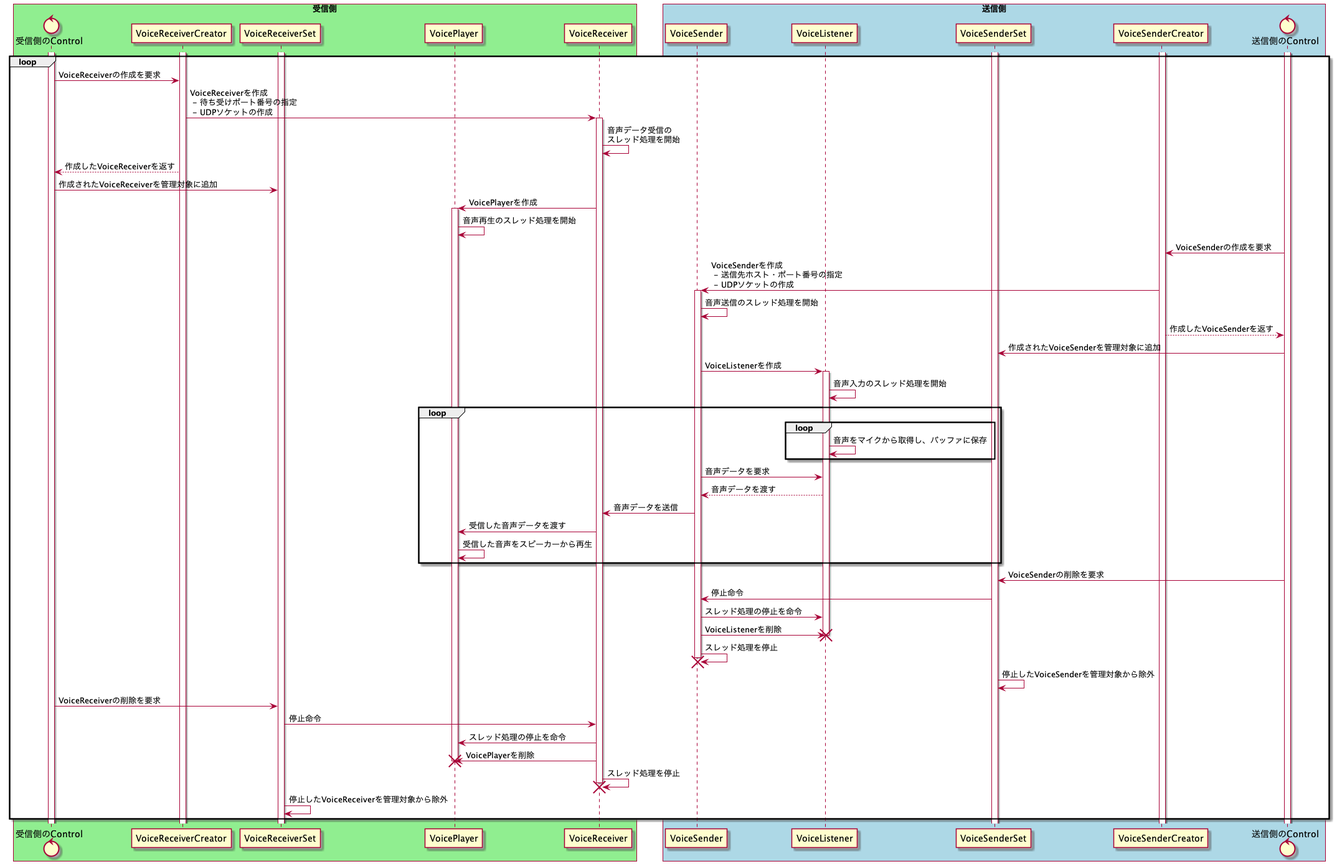
Before: diagram/sequence.png, a diagram exported from PlantUML (TOMOFUMI-KONDO/voice-transfer).
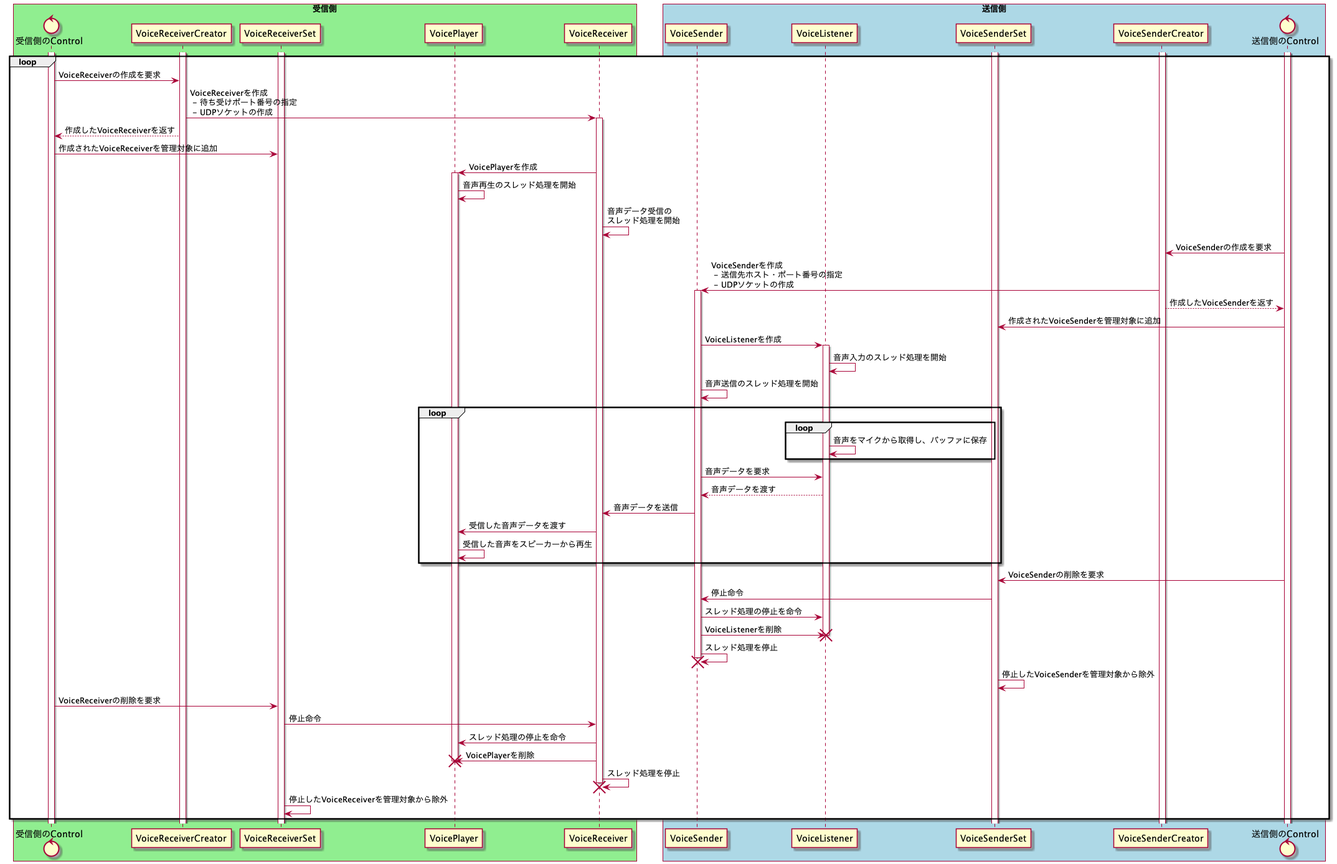
The same diagram one commit later.

Diff of the diagram source:
```diff
@@ -29,22 +29,22 @@
     受信側のControl -> VoiceReceiverCreator: VoiceReceiverの作成を要求
     VoiceReceiverCreator -> VoiceReceiver: VoiceReceiverを作成\n - 待ち受けポート番号の指定\n - UDPソケットの作成
     activate VoiceReceiver
-    VoiceReceiver -> VoiceReceiver: 音声データ受信の\nスレッド処理を開始
     受信側のControl <-- VoiceReceiverCreator: 作成したVoiceReceiverを返す
     受信側のControl -> VoiceReceiverSet: 作成されたVoiceReceiverを管理対象に追加
     VoiceReceiver -> VoicePlayer: VoicePlayerを作成
     activate VoicePlayer
     VoicePlayer -> VoicePlayer: 音声再生のスレッド処理を開始
+    VoiceReceiver -> VoiceReceiver: 音声データ受信の\nスレッド処理を開始
 
     送信側のControl -> VoiceSenderCreator: VoiceSenderの作成を要求
     VoiceSenderCreator -> VoiceSender: VoiceSenderを作成\n - 送信先ホスト・ポート番号の指定 \n - UDPソケットの作成
     activate VoiceSender
-    VoiceSender -> VoiceSender: 音声送信のスレッド処理を開始
     送信側のControl <-- VoiceSenderCreator: 作成したVoiceSenderを返す
     送信側のControl -> VoiceSenderSet: 作成されたVoiceSenderを管理対象に追加
     VoiceSender -> VoiceListener: VoiceListenerを作成
     activate VoiceListener
     VoiceListener -> VoiceListener: 音声入力のスレッド処理を開始
+    VoiceSender -> VoiceSender: 音声送信のスレッド処理を開始
 
     loop
         loop
```
